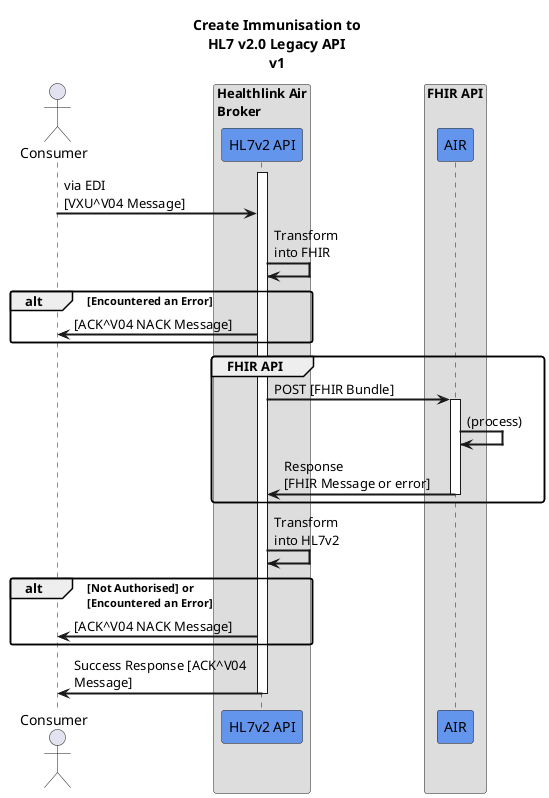
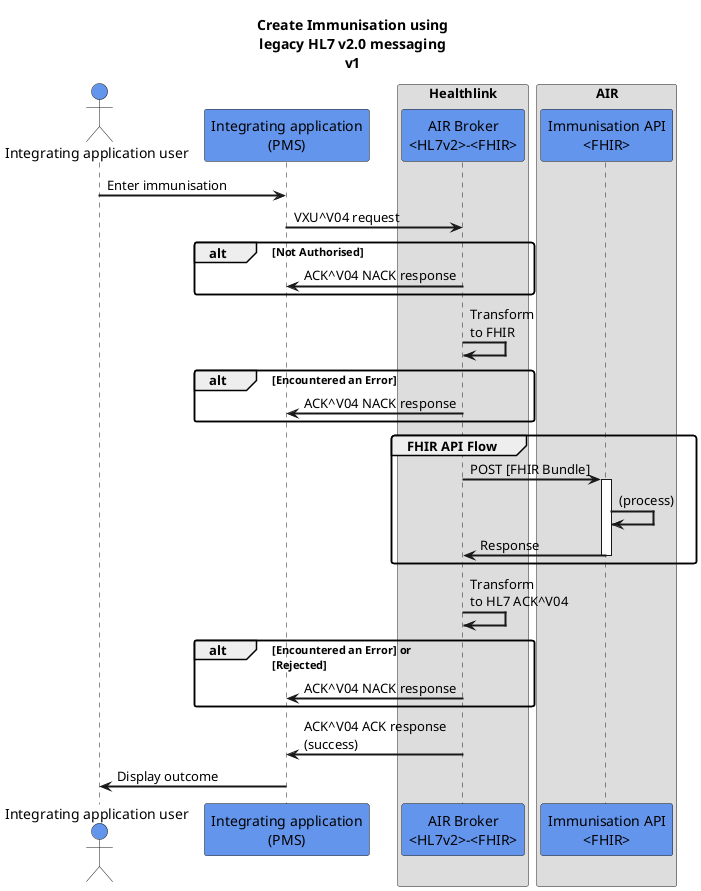
@startuml
skinparam sequenceArrowThickness 2
skinparam roundcorner 5
skinparam maxmessagesize 180
skinparam sequenceParticipant bold
- title "Create Immunisation to\nHL7 v2.0 Legacy API\nv1"
- actor "Consumer" as consumer
- box "Healthlink Air\nBroker"
-   participant "HL7v2 API" as broker_pub_api #CornflowerBlue
+ title "Create Immunisation using\nlegacy HL7 v2.0 messaging\nv1"
+ actor "Integrating application user" as user #CornflowerBlue
+ participant "Integrating application\n(PMS)" as integrating_app #CornflowerBlue
+ box "Healthlink"
+   participant "AIR Broker\n<HL7v2>-<FHIR>" as broker #CornflowerBlue
end box
- box "FHIR API"
-   participant "AIR" as air_pub_api #CornflowerBlue
+ box "AIR"
+   participant "Immunisation API\n<FHIR>" as air_pub_api #CornflowerBlue
end box

- activate broker_pub_api
- consumer -> broker_pub_api: via EDI\n[VXU^V04 Message]
- broker_pub_api -> broker_pub_api: Transform\ninto FHIR
+ user -> integrating_app: Enter immunisation
+ integrating_app -> broker: VXU^V04 request
+ alt Not Authorised
+   broker -> integrating_app: ACK^V04 NACK response
+ end
+ broker -> broker: Transform\nto FHIR
alt Encountered an Error
-   broker_pub_api -> consumer: [ACK^V04 NACK Message]
+   broker -> integrating_app: ACK^V04 NACK response
end
- group FHIR API
-   broker_pub_api -> air_pub_api: POST [FHIR Bundle]
+ 
+ group FHIR API Flow
+   broker -> air_pub_api: POST [FHIR Bundle]
  activate air_pub_api
  air_pub_api -> air_pub_api: (process)
-   air_pub_api -> broker_pub_api: Response\n[FHIR Message or error]
+   air_pub_api -> broker: Response
  deactivate air_pub_api
end
- broker_pub_api -> broker_pub_api: Transform\ninto HL7v2
- alt Not Authorised] or\n[Encountered an Error
-   broker_pub_api -> consumer: [ACK^V04 NACK Message]
+ broker -> broker: Transform\nto HL7 ACK^V04
+ alt Encountered an Error] or\n[Rejected
+   broker -> integrating_app: ACK^V04 NACK response
end
- broker_pub_api -> consumer: Success Response [ACK^V04 Message]
- deactivate broker_pub_api
+ broker -> integrating_app: ACK^V04 ACK response (success)
+ integrating_app -> user: Display outcome
@enduml